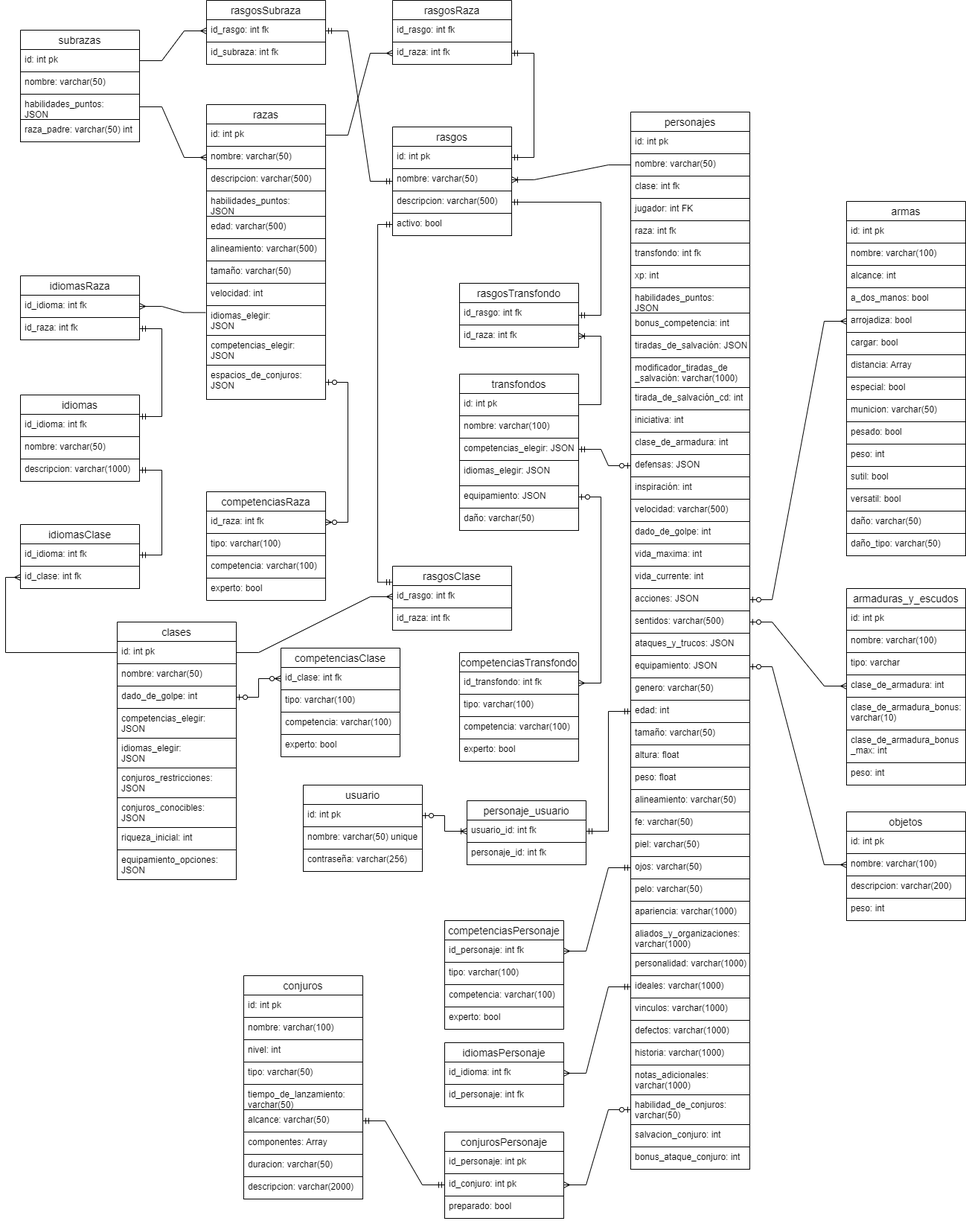
MartiLlorach/dragonesYmazmorras keeps this draw.io diagram as bbdd/BBDD.png. Above is the earlier version. Source tidied: cells renumbered, new cells last; positions are measured from the earlier drawing's top-left corner, leaving out a move shared by most shapes.
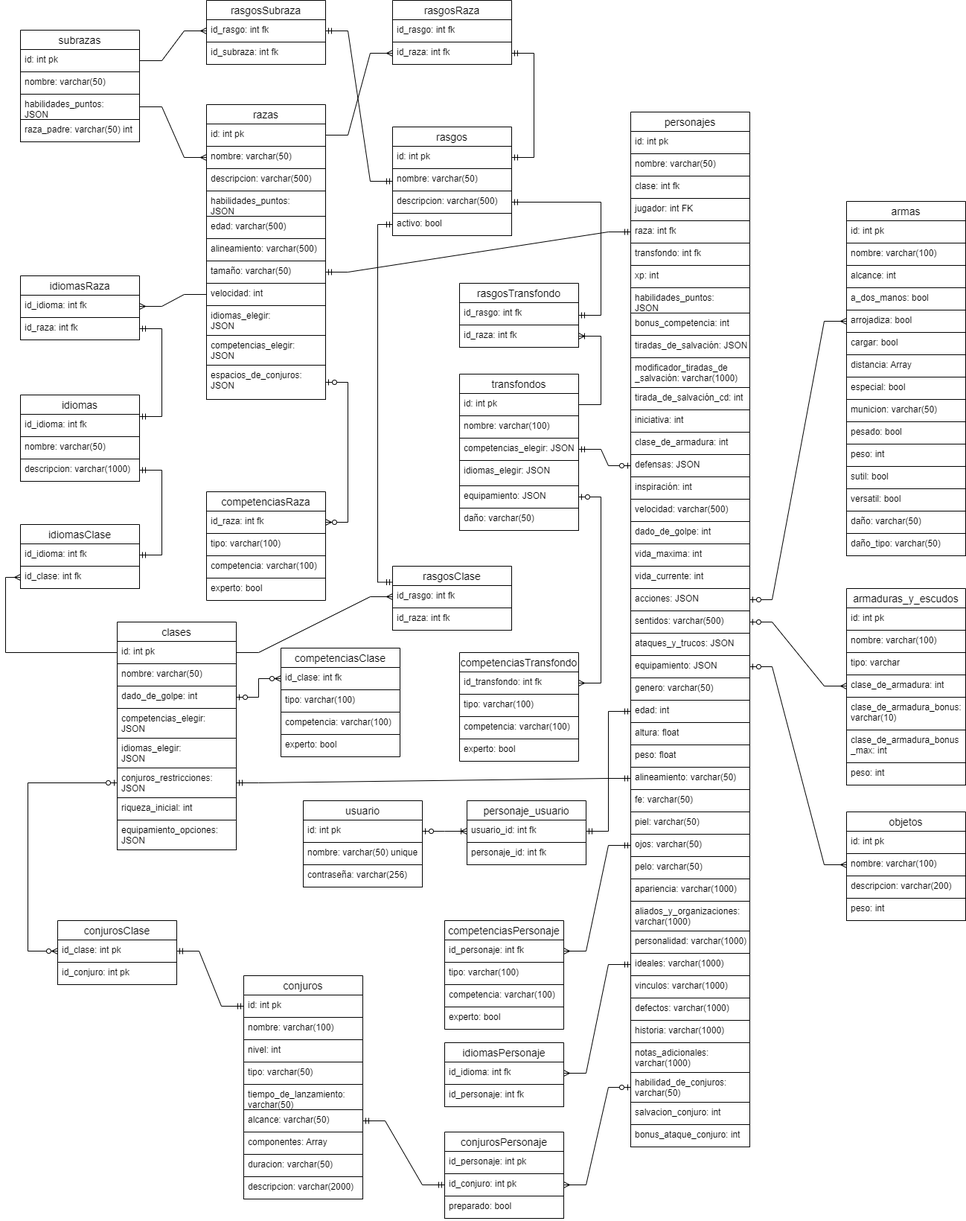
The same diagram one commit later.

Commit message:
Actualización diseño bbdd

Change to the diagram source:
```diff
@@ -54,7 +54,7 @@
       <mxGeometry y="120" width="160" height="30" as="geometry" />
     </mxCell>
     <mxCell id="19" value="clases" style="swimlane;fontStyle=0;horizontal=1;startSize=26;align=center;fontSize=14;" parent="1" vertex="1">
-      <mxGeometry x="150" y="835" width="160" height="346" as="geometry" />
+      <mxGeometry x="150" y="835" width="160" height="306" as="geometry" />
     </mxCell>
     <mxCell id="20" value="id: int pk" style="text;strokeColor=default;fillColor=none;spacingLeft=4;spacingRight=4;overflow=hidden;points=[[0,0.5],[1,0.5]];portConstraint=eastwest;fontSize=12;" parent="19" vertex="1">
       <mxGeometry y="26" width="160" height="30" as="geometry" />
@@ -74,14 +74,11 @@
     <mxCell id="25" value="conjuros_restricciones: &#10;JSON" style="text;strokeColor=default;fillColor=none;spacingLeft=4;spacingRight=4;overflow=hidden;points=[[0,0.5],[1,0.5]];portConstraint=eastwest;fontSize=12;align=left;" parent="19" vertex="1">
       <mxGeometry y="196" width="160" height="40" as="geometry" />
     </mxCell>
-    <mxCell id="26" value="conjuros_conocibles: &#10;JSON" style="text;strokeColor=default;fillColor=none;spacingLeft=4;spacingRight=4;overflow=hidden;fontSize=12;align=left;" parent="19" vertex="1">
-      <mxGeometry y="236" width="160" height="40" as="geometry" />
-    </mxCell>
     <mxCell id="27" value="riqueza_inicial: int " style="text;strokeColor=default;fillColor=none;spacingLeft=4;spacingRight=4;overflow=hidden;fontSize=12;align=left;" parent="19" vertex="1">
-      <mxGeometry y="276" width="160" height="30" as="geometry" />
+      <mxGeometry y="236" width="160" height="30" as="geometry" />
     </mxCell>
     <mxCell id="28" value="equipamiento_opciones: &#10;JSON" style="text;strokeColor=default;fillColor=none;spacingLeft=4;spacingRight=4;overflow=hidden;fontSize=12;align=left;" parent="19" vertex="1">
-      <mxGeometry y="306" width="160" height="40" as="geometry" />
+      <mxGeometry y="266" width="160" height="40" as="geometry" />
     </mxCell>
     <mxCell id="29" value="rasgos" style="swimlane;fontStyle=0;horizontal=1;startSize=26;align=center;fontSize=14;" parent="1" vertex="1">
       <mxGeometry x="520" y="170" width="160" height="146" as="geometry" />
@@ -99,7 +96,7 @@
       <mxGeometry y="116" width="160" height="30" as="geometry" />
     </mxCell>
     <mxCell id="34" value="personajes" style="swimlane;fontStyle=0;horizontal=1;startSize=26;align=center;fontSize=14;" parent="1" vertex="1">
-      <mxGeometry x="840" y="150" width="160" height="1420" as="geometry" />
+      <mxGeometry x="840" y="150" width="160" height="1390" as="geometry" />
     </mxCell>
     <mxCell id="35" value="id: int pk" style="text;strokeColor=default;fillColor=none;spacingLeft=4;spacingRight=4;overflow=hidden;fontSize=12;" parent="34" vertex="1">
       <mxGeometry y="26" width="160" height="30" as="geometry" />
@@ -179,62 +176,59 @@
     <mxCell id="60" value="edad: int" style="text;strokeColor=default;fillColor=none;spacingLeft=4;spacingRight=4;overflow=hidden;points=[[0,0.5],[1,0.5]];portConstraint=eastwest;fontSize=12;" parent="34" vertex="1">
       <mxGeometry y="790" width="160" height="30" as="geometry" />
     </mxCell>
-    <mxCell id="61" value="tamaño: varchar(50)" style="text;strokeColor=default;fillColor=none;spacingLeft=4;spacingRight=4;overflow=hidden;fontSize=12;" parent="34" vertex="1">
-      <mxGeometry y="820" width="160" height="30" as="geometry" />
-    </mxCell>
     <mxCell id="62" value="altura: float" style="text;strokeColor=default;fillColor=none;spacingLeft=4;spacingRight=4;overflow=hidden;fontSize=12;" parent="34" vertex="1">
-      <mxGeometry y="850" width="160" height="30" as="geometry" />
+      <mxGeometry y="820" width="160" height="30" as="geometry" />
     </mxCell>
     <mxCell id="63" value="peso: float" style="text;strokeColor=default;fillColor=none;spacingLeft=4;spacingRight=4;overflow=hidden;fontSize=12;" parent="34" vertex="1">
-      <mxGeometry y="880" width="160" height="30" as="geometry" />
+      <mxGeometry y="850" width="160" height="30" as="geometry" />
     </mxCell>
     <mxCell id="64" value="alineamiento: varchar(50)" style="text;strokeColor=default;fillColor=none;spacingLeft=4;spacingRight=4;overflow=hidden;points=[[0,0.5],[1,0.5]];portConstraint=eastwest;fontSize=12;" parent="34" vertex="1">
-      <mxGeometry y="910" width="160" height="30" as="geometry" />
+      <mxGeometry y="880" width="160" height="30" as="geometry" />
     </mxCell>
     <mxCell id="65" value="fe: varchar(50)" style="text;strokeColor=default;fillColor=none;spacingLeft=4;spacingRight=4;overflow=hidden;fontSize=12;" parent="34" vertex="1">
-      <mxGeometry y="940" width="160" height="30" as="geometry" />
+      <mxGeometry y="910" width="160" height="30" as="geometry" />
     </mxCell>
     <mxCell id="66" value="piel: varchar(50)" style="text;strokeColor=default;fillColor=none;spacingLeft=4;spacingRight=4;overflow=hidden;fontSize=12;" parent="34" vertex="1">
-      <mxGeometry y="970" width="160" height="30" as="geometry" />
+      <mxGeometry y="940" width="160" height="30" as="geometry" />
     </mxCell>
     <mxCell id="67" value="ojos: varchar(50)" style="text;strokeColor=default;fillColor=none;spacingLeft=4;spacingRight=4;overflow=hidden;points=[[0,0.5],[1,0.5]];portConstraint=eastwest;fontSize=12;" parent="34" vertex="1">
-      <mxGeometry y="1000" width="160" height="30" as="geometry" />
+      <mxGeometry y="970" width="160" height="30" as="geometry" />
     </mxCell>
     <mxCell id="68" value="pelo: varchar(50)" style="text;strokeColor=default;fillColor=none;spacingLeft=4;spacingRight=4;overflow=hidden;fontSize=12;" parent="34" vertex="1">
-      <mxGeometry y="1030" width="160" height="30" as="geometry" />
+      <mxGeometry y="1000" width="160" height="30" as="geometry" />
     </mxCell>
     <mxCell id="69" value="apariencia: varchar(1000)" style="text;strokeColor=default;fillColor=none;spacingLeft=4;spacingRight=4;overflow=hidden;fontSize=12;" parent="34" vertex="1">
-      <mxGeometry y="1060" width="160" height="30" as="geometry" />
+      <mxGeometry y="1030" width="160" height="30" as="geometry" />
     </mxCell>
     <mxCell id="70" value="aliados_y_organizaciones: &#10;varchar(1000)" style="text;strokeColor=default;fillColor=none;spacingLeft=4;spacingRight=4;overflow=hidden;fontSize=12;" parent="34" vertex="1">
-      <mxGeometry y="1090" width="160" height="40" as="geometry" />
+      <mxGeometry y="1060" width="160" height="40" as="geometry" />
     </mxCell>
     <mxCell id="71" value="personalidad: varchar(1000)" style="text;strokeColor=default;fillColor=none;spacingLeft=4;spacingRight=4;overflow=hidden;fontSize=12;" parent="34" vertex="1">
-      <mxGeometry y="1130" width="160" height="30" as="geometry" />
+      <mxGeometry y="1100" width="160" height="30" as="geometry" />
     </mxCell>
     <mxCell id="72" value="ideales: varchar(1000)" style="text;strokeColor=default;fillColor=none;spacingLeft=4;spacingRight=4;overflow=hidden;points=[[0,0.5],[1,0.5]];portConstraint=eastwest;fontSize=12;" parent="34" vertex="1">
-      <mxGeometry y="1160" width="160" height="30" as="geometry" />
+      <mxGeometry y="1130" width="160" height="30" as="geometry" />
     </mxCell>
     <mxCell id="73" value="vinculos: varchar(1000)" style="text;strokeColor=default;fillColor=none;spacingLeft=4;spacingRight=4;overflow=hidden;fontSize=12;" parent="34" vertex="1">
-      <mxGeometry y="1190" width="160" height="30" as="geometry" />
+      <mxGeometry y="1160" width="160" height="30" as="geometry" />
     </mxCell>
     <mxCell id="74" value="defectos: varchar(1000)" style="text;strokeColor=default;fillColor=none;spacingLeft=4;spacingRight=4;overflow=hidden;fontSize=12;" parent="34" vertex="1">
-      <mxGeometry y="1220" width="160" height="30" as="geometry" />
+      <mxGeometry y="1190" width="160" height="30" as="geometry" />
     </mxCell>
     <mxCell id="75" value="historia: varchar(1000)" style="text;strokeColor=default;fillColor=none;spacingLeft=4;spacingRight=4;overflow=hidden;fontSize=12;" parent="34" vertex="1">
-      <mxGeometry y="1250" width="160" height="30" as="geometry" />
+      <mxGeometry y="1220" width="160" height="30" as="geometry" />
     </mxCell>
     <mxCell id="76" value="notas_adicionales: &#10;varchar(1000)" style="text;strokeColor=default;fillColor=none;spacingLeft=4;spacingRight=4;overflow=hidden;fontSize=12;" parent="34" vertex="1">
-      <mxGeometry y="1280" width="160" height="40" as="geometry" />
+      <mxGeometry y="1250" width="160" height="40" as="geometry" />
     </mxCell>
     <mxCell id="77" value="habilidad_de_conjuros: &#10;varchar(50)" style="text;strokeColor=default;fillColor=none;spacingLeft=4;spacingRight=4;overflow=hidden;points=[[0,0.5],[1,0.5]];portConstraint=eastwest;fontSize=12;" parent="34" vertex="1">
-      <mxGeometry y="1320" width="160" height="40" as="geometry" />
+      <mxGeometry y="1290" width="160" height="40" as="geometry" />
     </mxCell>
     <mxCell id="78" value="salvacion_conjuro: int" style="text;strokeColor=default;fillColor=none;spacingLeft=4;spacingRight=4;overflow=hidden;fontSize=12;" parent="34" vertex="1">
-      <mxGeometry y="1360" width="160" height="30" as="geometry" />
+      <mxGeometry y="1330" width="160" height="30" as="geometry" />
     </mxCell>
     <mxCell id="79" value="bonus_ataque_conjuro: int" style="text;strokeColor=default;fillColor=none;spacingLeft=4;spacingRight=4;overflow=hidden;fontSize=12;" parent="34" vertex="1">
-      <mxGeometry y="1390" width="160" height="30" as="geometry" />
+      <mxGeometry y="1360" width="160" height="30" as="geometry" />
     </mxCell>
     <mxCell id="80" value="armas" style="swimlane;fontStyle=0;horizontal=1;startSize=26;align=center;fontSize=14;" parent="1" vertex="1">
       <mxGeometry x="1130" y="270" width="160" height="476" as="geometry" />
@@ -361,11 +355,8 @@
     <mxCell id="120" style="edgeStyle=entityRelationEdgeStyle;fontSize=12;html=1;endArrow=ERmany;startArrow=ERzeroToOne;rounded=0;entryX=0;entryY=0.5;entryDx=0;entryDy=0;endFill=0;exitX=1;exitY=0.5;exitDx=0;exitDy=0;" parent="1" edge="1" source="55" target="85">
       <mxGeometry relative="1" as="geometry" />
     </mxCell>
-    <mxCell id="121" style="edgeStyle=entityRelationEdgeStyle;fontSize=12;html=1;endArrow=ERoneToMany;rounded=0;entryX=1;entryY=0.5;entryDx=0;entryDy=0;exitX=0;exitY=0.5;exitDx=0;exitDy=0;" parent="1" edge="1" source="36" target="31">
-      <mxGeometry relative="1" as="geometry" />
-    </mxCell>
     <mxCell id="122" value="usuario" style="swimlane;fontStyle=0;horizontal=1;startSize=26;align=center;fontSize=14;" parent="1" vertex="1">
-      <mxGeometry x="400" y="1054" width="160" height="116" as="geometry" />
+      <mxGeometry x="400" y="1075" width="160" height="116" as="geometry" />
     </mxCell>
     <mxCell id="123" value="id: int pk" style="text;strokeColor=default;fillColor=none;spacingLeft=4;spacingRight=4;overflow=hidden;points=[[0,0.5],[1,0.5]];portConstraint=eastwest;fontSize=12;" parent="122" vertex="1">
       <mxGeometry y="26" width="160" height="30" as="geometry" />
@@ -412,7 +403,7 @@
     <mxCell id="137" value="descripcion: varchar(1000)" style="text;strokeColor=default;fillColor=none;spacingLeft=4;spacingRight=4;overflow=hidden;points=[[0,0.5],[1,0.5]];portConstraint=eastwest;fontSize=12;" parent="134" vertex="1">
       <mxGeometry y="86" width="160" height="30" as="geometry" />
     </mxCell>
-    <mxCell id="138" style="edgeStyle=entityRelationEdgeStyle;fontSize=12;html=1;endArrow=ERmany;rounded=0;exitX=-0.008;exitY=0.234;exitDx=0;exitDy=0;entryX=1;entryY=0.5;entryDx=0;entryDy=0;exitPerimeter=0;endFill=0;" parent="1" edge="1" source="11" target="132">
+    <mxCell id="138" style="edgeStyle=entityRelationEdgeStyle;fontSize=12;html=1;endArrow=ERmany;rounded=0;exitX=0;exitY=0.5;exitDx=0;exitDy=0;entryX=1;entryY=0.5;entryDx=0;entryDy=0;endFill=0;" parent="1" edge="1" source="10" target="132">
       <mxGeometry relative="1" as="geometry" />
     </mxCell>
     <mxCell id="139" style="edgeStyle=entityRelationEdgeStyle;fontSize=12;html=1;endArrow=ERmandOne;startArrow=ERmandOne;rounded=0;entryX=1;entryY=0.5;entryDx=0;entryDy=0;exitX=1;exitY=0.25;exitDx=0;exitDy=0;" parent="1" edge="1" source="134" target="133">
@@ -635,5 +626,31 @@
     <mxCell id="208" style="edgeStyle=entityRelationEdgeStyle;fontSize=12;html=1;endArrow=ERmandOne;startArrow=ERmandOne;rounded=0;entryX=1;entryY=0.5;entryDx=0;entryDy=0;" parent="1" edge="1" source="29" target="205">
       <mxGeometry relative="1" as="geometry" />
     </mxCell>
+    <mxCell id="209" style="edgeStyle=entityRelationEdgeStyle;fontSize=12;html=1;endArrow=ERmandOne;startArrow=ERmandOne;rounded=0;entryX=0;entryY=0.5;entryDx=0;entryDy=0;" parent="1" edge="1" source="9" target="39">
+      <mxGeometry relative="1" as="geometry" />
+    </mxCell>
+    <mxCell id="210" style="edgeStyle=entityRelationEdgeStyle;fontSize=12;html=1;endArrow=ERmandOne;startArrow=ERmandOne;rounded=0;entryX=0;entryY=0.5;entryDx=0;entryDy=0;exitX=1;exitY=0.5;exitDx=0;exitDy=0;" parent="1" edge="1" source="25" target="64">
+      <mxGeometry relative="1" as="geometry" />
+    </mxCell>
+    <mxCell id="211" value="conjurosClase" style="swimlane;fontStyle=0;horizontal=1;startSize=26;align=center;fontSize=14;" parent="1" vertex="1">
+      <mxGeometry x="70" y="1236" width="160" height="86" as="geometry" />
+    </mxCell>
+    <mxCell id="212" value="id_clase: int pk" style="text;strokeColor=default;fillColor=none;spacingLeft=4;spacingRight=4;overflow=hidden;points=[[0,0.5],[1,0.5]];portConstraint=eastwest;fontSize=12;" parent="211" vertex="1">
+      <mxGeometry y="26" width="160" height="30" as="geometry" />
+    </mxCell>
+    <mxCell id="213" value="id_conjuro: int pk" style="text;strokeColor=default;fillColor=none;spacingLeft=4;spacingRight=4;overflow=hidden;fontSize=12;" parent="211" vertex="1">
+      <mxGeometry y="56" width="160" height="30" as="geometry" />
+    </mxCell>
+    <mxCell id="214" style="edgeStyle=elbowEdgeStyle;fontSize=12;html=1;endArrow=ERzeroToMany;startArrow=ERzeroToOne;rounded=0;exitX=0;exitY=0.5;exitDx=0;exitDy=0;" parent="1" edge="1" source="25">
+      <mxGeometry relative="1" as="geometry">
+        <mxPoint x="70" y="1277" as="targetPoint" />
+        <Array as="points">
+          <mxPoint x="30" y="1180" />
+        </Array>
+      </mxGeometry>
+    </mxCell>
+    <mxCell id="215" style="edgeStyle=entityRelationEdgeStyle;fontSize=12;html=1;endArrow=ERmandOne;startArrow=ERmandOne;rounded=0;exitX=0;exitY=0.5;exitDx=0;exitDy=0;" parent="1" edge="1" source="189" target="212">
+      <mxGeometry relative="1" as="geometry" />
+    </mxCell>
   </root>
 </mxGraphModel>
```
